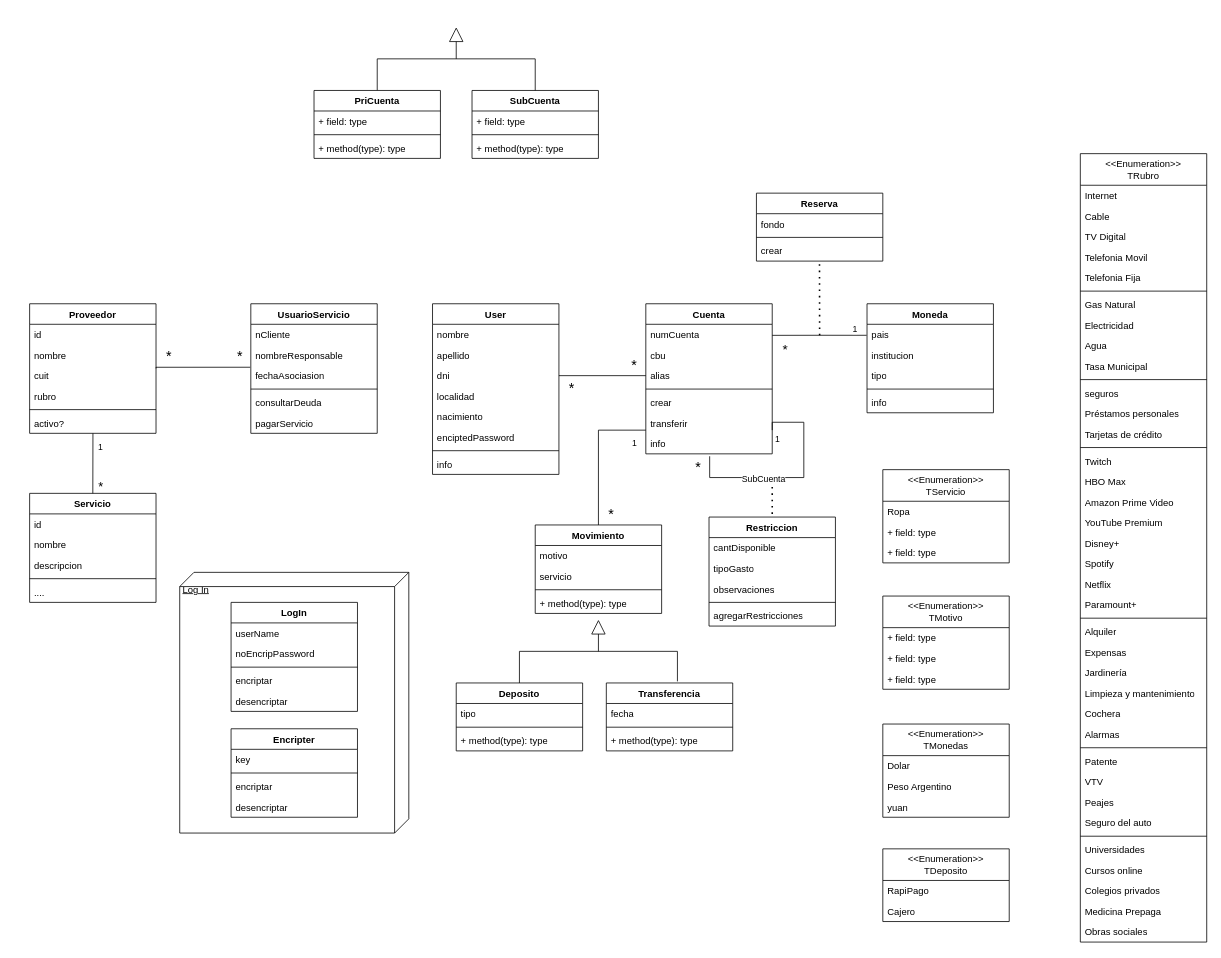
Earlier version of the draw.io diagram ADS_UML.drawio (camiastrada/ADS-Project). Source tidied: cells renumbered, new cells numbered last; positions are measured from the earlier drawing's top-left corner, leaving out a move shared by most shapes. Both pictures are drawn from the tidied source at 79%, with x=0, y=0 at pixel (29, 27).
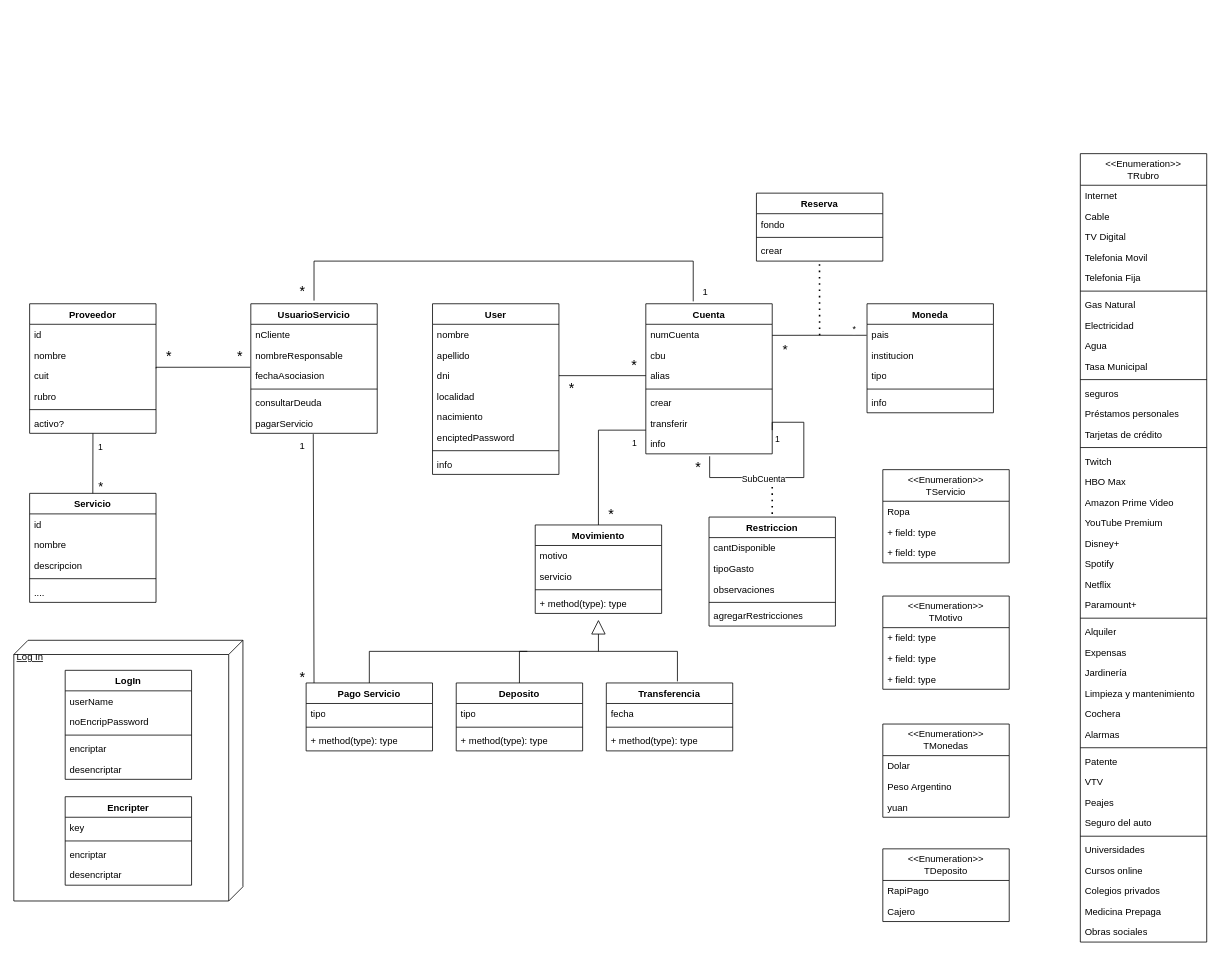
After the change.

Commit message:
Appended/ Clases UML

Unchanged cells that the change refers to:
```xml
<mxCell id="65" style="endArrow=none;html=1;edgeStyle=orthogonalEdgeStyle;rounded=0;exitX=-0.003;exitY=0.535;exitDx=0;exitDy=0;entryX=1;entryY=0.5;entryDx=0;entryDy=0;exitPerimeter=0;" parent="1" edge="1" source="11">
  <mxGeometry relative="1" as="geometry">
    <mxPoint x="940" y="390" as="targetPoint" />
  </mxGeometry>
</mxCell>
<mxCell id="96" value="pagarServicio" style="text;strokeColor=none;fillColor=none;align=left;verticalAlign=top;spacingLeft=4;spacingRight=4;overflow=hidden;points=[[0,0.5],[1,0.5]];portConstraint=eastwest;whiteSpace=wrap;html=1;" parent="90" vertex="1">
  <mxGeometry y="138" width="160" height="26" as="geometry" />
</mxCell>
```

Diff of the diagram source:
```diff
@@
-    <mxCell id="66" value="&lt;font&gt;1&lt;/font&gt;" style="edgeLabel;html=1;align=left;verticalAlign=bottom;fontSize=11;" parent="65" vertex="1">
+    <mxCell id="66" value="&lt;font&gt;*&lt;/font&gt;" style="edgeLabel;html=1;align=left;verticalAlign=bottom;fontSize=11;" parent="65" vertex="1">
       <mxGeometry x="-1" relative="1" as="geometry">
         <mxPoint x="-20" as="offset" />
       </mxGeometry>
     </mxCell>
@@
     <mxCell id="144" style="group;" parent="1" vertex="1">
-      <mxGeometry x="190" y="690" width="290" height="330" as="geometry" />
+      <mxGeometry x="-20" y="776" width="290" height="330" as="geometry" />
     </mxCell>
@@
-    <mxCell id="157" style="group;" parent="1" vertex="1">
-      <mxGeometry x="360" width="360" height="166" as="geometry" />
-    </mxCell>
-    <mxCell id="158" value="SubCuenta" style="swimlane;fontStyle=1;align=center;verticalAlign=top;horizontal=1;startSize=26;whiteSpace=wrap;html=1;" parent="157" vertex="1">
-      <mxGeometry x="200" y="80" width="160" height="86" as="geometry" />
-    </mxCell>
-    <mxCell id="159" value="+ field: type" style="text;strokeColor=none;fillColor=none;align=left;verticalAlign=top;spacingLeft=4;spacingRight=4;overflow=hidden;whiteSpace=wrap;html=1;" parent="158" vertex="1">
-      <mxGeometry y="26" width="160" height="26" as="geometry" />
-    </mxCell>
-    <mxCell id="160" style="line;strokeWidth=1;fillColor=none;align=left;verticalAlign=middle;spacingTop=-1;spacingLeft=3;spacingRight=3;labelPosition=right;strokeColor=inherit;" parent="158" vertex="1">
-      <mxGeometry y="52" width="160" height="8" as="geometry" />
-    </mxCell>
-    <mxCell id="161" value="+ method(type): type" style="text;strokeColor=none;fillColor=none;align=left;verticalAlign=top;spacingLeft=4;spacingRight=4;overflow=hidden;whiteSpace=wrap;html=1;" parent="158" vertex="1">
-      <mxGeometry y="60" width="160" height="26" as="geometry" />
-    </mxCell>
-    <mxCell id="162" style="endArrow=none;html=1;rounded=0;exitX=0.5;exitY=0;exitDx=0;exitDy=0;entryX=0.5;entryY=0;entryDx=0;entryDy=0;" parent="157" edge="1" source="164" target="158">
-      <mxGeometry relative="1" as="geometry">
-        <Array as="points">
-          <mxPoint x="80" y="40" />
-          <mxPoint x="280" y="40" />
-        </Array>
-      </mxGeometry>
-    </mxCell>
-    <mxCell id="163" style="endArrow=block;endSize=16;endFill=0;html=1;rounded=0;" parent="157" edge="1">
-      <mxGeometry relative="1" as="geometry">
-        <mxPoint x="180" y="40" as="sourcePoint" />
-        <mxPoint x="180" as="targetPoint" />
-      </mxGeometry>
-    </mxCell>
-    <mxCell id="164" value="PriCuenta" style="swimlane;fontStyle=1;align=center;verticalAlign=top;horizontal=1;startSize=26;whiteSpace=wrap;html=1;" parent="157" vertex="1">
-      <mxGeometry y="80" width="160" height="86" as="geometry" />
-    </mxCell>
-    <mxCell id="165" value="+ field: type" style="text;strokeColor=none;fillColor=none;align=left;verticalAlign=top;spacingLeft=4;spacingRight=4;overflow=hidden;whiteSpace=wrap;html=1;" parent="164" vertex="1">
-      <mxGeometry y="26" width="160" height="26" as="geometry" />
-    </mxCell>
-    <mxCell id="166" style="line;strokeWidth=1;fillColor=none;align=left;verticalAlign=middle;spacingTop=-1;spacingLeft=3;spacingRight=3;labelPosition=right;strokeColor=inherit;" parent="164" vertex="1">
-      <mxGeometry y="52" width="160" height="8" as="geometry" />
-    </mxCell>
-    <mxCell id="167" value="+ method(type): type" style="text;strokeColor=none;fillColor=none;align=left;verticalAlign=top;spacingLeft=4;spacingRight=4;overflow=hidden;whiteSpace=wrap;html=1;" parent="164" vertex="1">
-      <mxGeometry y="60" width="160" height="26" as="geometry" />
-    </mxCell>
@@
+    <mxCell id="172" value="Pago Servicio" style="swimlane;fontStyle=1;align=center;verticalAlign=top;horizontal=1;startSize=26;whiteSpace=wrap;html=1;" parent="1" vertex="1">
+      <mxGeometry x="350" y="830" width="160" height="86" as="geometry" />
+    </mxCell>
+    <mxCell id="173" value="tipo" style="text;strokeColor=none;fillColor=none;align=left;verticalAlign=top;spacingLeft=4;spacingRight=4;overflow=hidden;whiteSpace=wrap;html=1;" parent="172" vertex="1">
+      <mxGeometry y="26" width="160" height="26" as="geometry" />
+    </mxCell>
+    <mxCell id="174" style="line;strokeWidth=1;fillColor=none;align=left;verticalAlign=middle;spacingTop=-1;spacingLeft=3;spacingRight=3;labelPosition=right;strokeColor=inherit;" parent="172" vertex="1">
+      <mxGeometry y="52" width="160" height="8" as="geometry" />
+    </mxCell>
+    <mxCell id="175" value="+ method(type): type" style="text;strokeColor=none;fillColor=none;align=left;verticalAlign=top;spacingLeft=4;spacingRight=4;overflow=hidden;whiteSpace=wrap;html=1;" parent="172" vertex="1">
+      <mxGeometry y="60" width="160" height="26" as="geometry" />
+    </mxCell>
+    <mxCell id="176" style="endArrow=none;html=1;rounded=0;entryX=0.494;entryY=1.038;entryDx=0;entryDy=0;entryPerimeter=0;" parent="1" edge="1" target="96">
+      <mxGeometry relative="1" as="geometry">
+        <mxPoint x="360" y="830" as="sourcePoint" />
+      </mxGeometry>
+    </mxCell>
+    <mxCell id="177" value="&lt;font style=&quot;font-size: 18px;&quot;&gt;*&lt;/font&gt;" style="text;html=1;align=center;verticalAlign=middle;strokeColor=none;fillColor=none;" parent="1" vertex="1">
+      <mxGeometry x="330" y="803" width="30" height="40" as="geometry" />
+    </mxCell>
+    <mxCell id="178" value="1" style="text;html=1;align=center;verticalAlign=middle;strokeColor=none;fillColor=none;" parent="1" vertex="1">
+      <mxGeometry x="330" y="515" width="30" height="30" as="geometry" />
+    </mxCell>
+    <mxCell id="179" style="endArrow=none;html=1;rounded=0;" parent="1" edge="1">
+      <mxGeometry relative="1" as="geometry">
+        <mxPoint x="360" y="346" as="sourcePoint" />
+        <mxPoint x="840" y="347" as="targetPoint" />
+        <Array as="points">
+          <mxPoint x="360" y="296" />
+          <mxPoint x="840" y="296" />
+        </Array>
+      </mxGeometry>
+    </mxCell>
+    <mxCell id="180" value="&lt;font style=&quot;font-size: 18px;&quot;&gt;*&lt;/font&gt;" style="text;html=1;align=center;verticalAlign=middle;strokeColor=none;fillColor=none;" parent="1" vertex="1">
+      <mxGeometry x="330" y="315" width="30" height="40" as="geometry" />
+    </mxCell>
+    <mxCell id="181" value="1" style="text;html=1;align=center;verticalAlign=middle;strokeColor=none;fillColor=none;" parent="1" vertex="1">
+      <mxGeometry x="840" y="320" width="30" height="30" as="geometry" />
+    </mxCell>
+    <mxCell id="182" style="endArrow=none;html=1;rounded=0;" parent="1" edge="1">
+      <mxGeometry relative="1" as="geometry">
+        <mxPoint x="430" y="830" as="sourcePoint" />
+        <mxPoint x="630" y="790" as="targetPoint" />
+        <Array as="points">
+          <mxPoint x="430" y="790" />
+        </Array>
+      </mxGeometry>
+    </mxCell>
```
